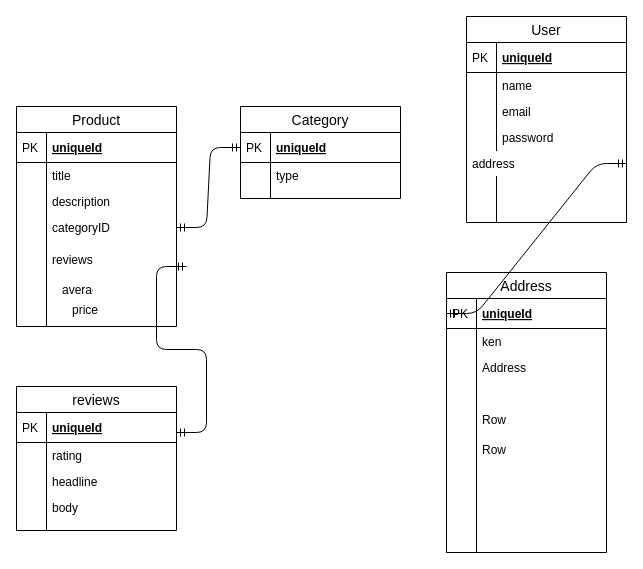
Above: server/mongo.drawio in noguchidaisuke/nuxt-ecommerce (draw.io), before the change. Source tidied: cells renumbered, new cells numbered last; positions are measured from the earlier drawing's top-left corner, leaving out a move shared by most shapes. Both pictures are drawn from the tidied source at 100%, with x=0, y=0 at pixel (16, 16).
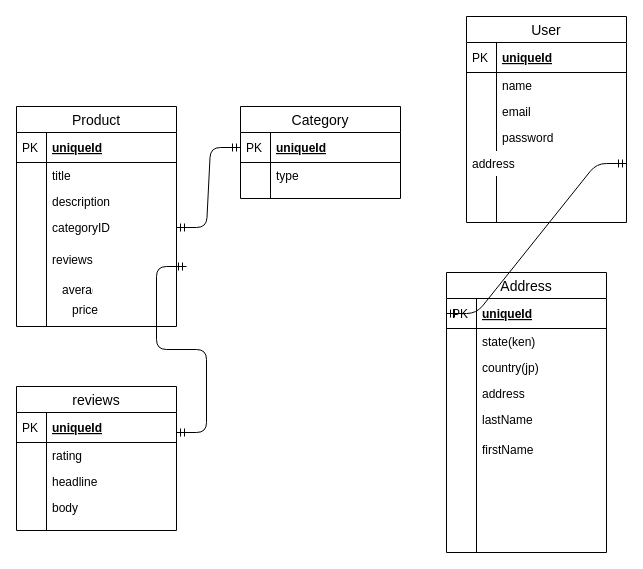
Above is the later version.

Unchanged cells that the change refers to:
```xml
<mxCell id="23" value="Address" style="swimlane;fontStyle=0;horizontal=1;startSize=26;align=center;fontSize=14;" parent="1" vertex="1">
  <mxGeometry x="430" y="256" width="160" height="280" as="geometry" />
</mxCell>
```

What changed in the source:
```diff
@@
-    <mxCell id="26" value="ken" style="shape=partialRectangle;top=0;left=0;right=0;bottom=0;align=left;verticalAlign=top;fillColor=none;spacingLeft=34;spacingRight=4;overflow=hidden;fontSize=12;" parent="23" vertex="1">
+    <mxCell id="26" value="state(ken)" style="shape=partialRectangle;top=0;left=0;right=0;bottom=0;align=left;verticalAlign=top;fillColor=none;spacingLeft=34;spacingRight=4;overflow=hidden;fontSize=12;" parent="23" vertex="1">
       <mxGeometry y="56" width="160" height="26" as="geometry" />
     </mxCell>
@@
-    <mxCell id="28" value="Address" style="shape=partialRectangle;top=0;left=0;right=0;bottom=0;align=left;verticalAlign=top;fillColor=none;spacingLeft=34;spacingRight=4;overflow=hidden;fontSize=12;" parent="23" vertex="1">
+    <mxCell id="28" value="country(jp)" style="shape=partialRectangle;top=0;left=0;right=0;bottom=0;align=left;verticalAlign=top;fillColor=none;spacingLeft=34;spacingRight=4;overflow=hidden;fontSize=12;" parent="23" vertex="1">
       <mxGeometry y="82" width="160" height="26" as="geometry" />
     </mxCell>
@@
-    <mxCell id="30" style="shape=partialRectangle;top=0;left=0;right=0;bottom=0;align=left;verticalAlign=top;fillColor=none;spacingLeft=34;spacingRight=4;overflow=hidden;fontSize=12;" parent="23" vertex="1">
+    <mxCell id="30" value="address" style="shape=partialRectangle;top=0;left=0;right=0;bottom=0;align=left;verticalAlign=top;fillColor=none;spacingLeft=34;spacingRight=4;overflow=hidden;fontSize=12;" parent="23" vertex="1">
       <mxGeometry y="108" width="160" height="26" as="geometry" />
     </mxCell>
@@
-    <mxCell id="35" value="Row" style="text;strokeColor=none;fillColor=none;spacingLeft=4;spacingRight=4;overflow=hidden;fontSize=12;" parent="1" vertex="1">
+    <mxCell id="35" value="lastName" style="text;strokeColor=none;fillColor=none;spacingLeft=4;spacingRight=4;overflow=hidden;fontSize=12;" parent="1" vertex="1">
       <mxGeometry x="460" y="390" width="100" height="26" as="geometry" />
     </mxCell>
-    <mxCell id="36" value="Row" style="text;strokeColor=none;fillColor=none;spacingLeft=4;spacingRight=4;overflow=hidden;fontSize=12;" parent="1" vertex="1">
+    <mxCell id="36" value="firstName" style="text;strokeColor=none;fillColor=none;spacingLeft=4;spacingRight=4;overflow=hidden;fontSize=12;" parent="1" vertex="1">
       <mxGeometry x="460" y="420" width="110" height="26" as="geometry" />
     </mxCell>
```
